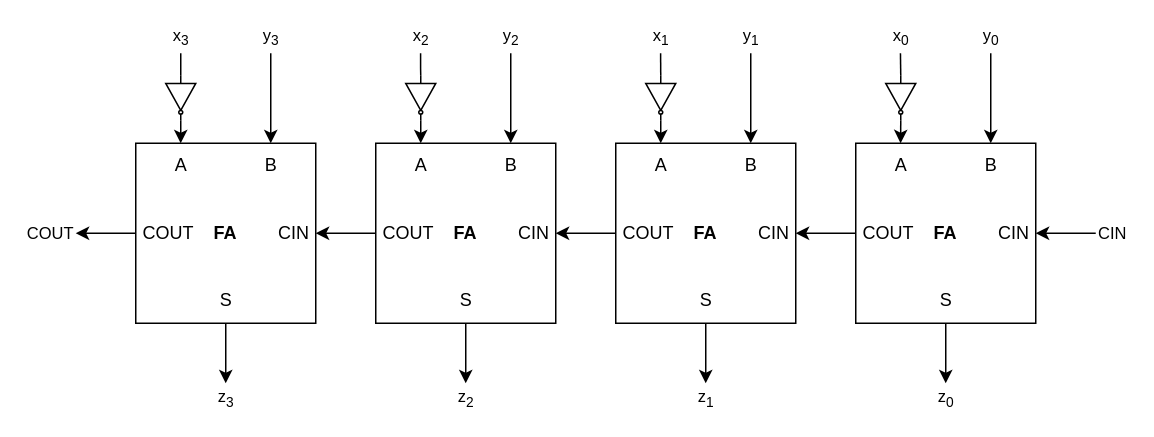
Diogofernandes5/mthesis keeps this draw.io diagram as 01_doc/03_drawings/01_design/butterfly/subtracter.drawio. Above is the earlier version. Source tidied: cells renumbered, new cells numbered last; positions are measured from the earlier drawing's top-left corner, leaving out a move shared by most shapes. Both pictures are drawn from the tidied source at 150%, with x=0, y=0 at pixel (75, 52).
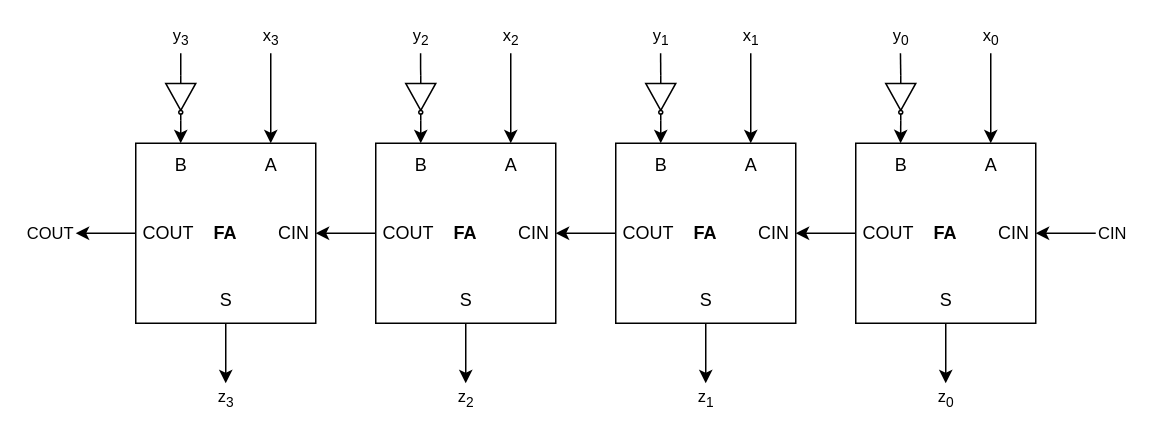
The same diagram, later.

The change refers to these unchanged cells:
```xml
<mxCell id="43" style="verticalLabelPosition=bottom;shadow=0;dashed=0;align=center;html=1;verticalAlign=top;shape=mxgraph.electrical.logic_gates.inverter_2;rotation=90;" parent="1" vertex="1">
  <mxGeometry x="55" y="20" width="30" height="20" as="geometry" />
</mxCell>
<mxCell id="46" style="verticalLabelPosition=bottom;shadow=0;dashed=0;align=center;html=1;verticalAlign=top;shape=mxgraph.electrical.logic_gates.inverter_2;rotation=90;" parent="1" vertex="1">
  <mxGeometry x="215" y="20" width="30" height="20" as="geometry" />
</mxCell>
<mxCell id="48" style="verticalLabelPosition=bottom;shadow=0;dashed=0;align=center;html=1;verticalAlign=top;shape=mxgraph.electrical.logic_gates.inverter_2;rotation=90;" parent="1" vertex="1">
  <mxGeometry x="375" y="20" width="30" height="20" as="geometry" />
</mxCell>
<mxCell id="50" style="verticalLabelPosition=bottom;shadow=0;dashed=0;align=center;html=1;verticalAlign=top;shape=mxgraph.electrical.logic_gates.inverter_2;rotation=90;" parent="1" vertex="1">
  <mxGeometry x="535" y="20" width="30" height="20" as="geometry" />
</mxCell>
```

What changed in the source:
```diff
@@
-    <mxCell id="9" value="x&lt;sub&gt;0&lt;/sub&gt;" style="edgeStyle=orthogonalEdgeStyle;rounded=0;jettySize=auto;html=1;entryX=0;entryY=0.5;entryDx=0;entryDy=0;entryPerimeter=0;endArrow=none;endFill=0;" parent="1" edge="1" target="50">
-      <mxGeometry x="-1" y="-10" relative="1" as="geometry">
-        <mxPoint x="549.8" as="sourcePoint" />
-        <mxPoint x="10" y="-10" as="offset" />
-      </mxGeometry>
-    </mxCell>
-    <mxCell id="10" value="A" style="text;html=1;align=center;verticalAlign=middle;strokeColor=none;fillColor=none;spacingRight=3;spacingLeft=3;" parent="1" vertex="1">
-      <mxGeometry x="535" y="60" width="30" height="30" as="geometry" />
-    </mxCell>
-    <mxCell id="11" value="y&lt;sub&gt;0&lt;/sub&gt;" style="edgeStyle=orthogonalEdgeStyle;rounded=0;jettySize=auto;html=1;" parent="1" edge="1" target="12">
-      <mxGeometry x="-1" y="-10" relative="1" as="geometry">
-        <mxPoint x="610" as="sourcePoint" />
-        <Array as="points">
-          <mxPoint x="610" y="30" />
-          <mxPoint x="610" y="30" />
-        </Array>
-        <mxPoint x="10" y="-10" as="offset" />
-      </mxGeometry>
-    </mxCell>
-    <mxCell id="12" value="B" style="text;html=1;align=center;verticalAlign=middle;points=[];strokeColor=none;fillColor=none;spacingRight=3;spacingLeft=3;" parent="1" vertex="1">
-      <mxGeometry x="595" y="60" width="30" height="30" as="geometry" />
-    </mxCell>
@@
-    <mxCell id="19" value="x&lt;sub&gt;1&lt;/sub&gt;" style="edgeStyle=orthogonalEdgeStyle;rounded=0;jettySize=auto;html=1;entryX=0;entryY=0.5;entryDx=0;entryDy=0;entryPerimeter=0;endArrow=none;endFill=0;" parent="1" edge="1" target="48">
-      <mxGeometry x="-1" y="-10" relative="1" as="geometry">
-        <mxPoint x="389.9" as="sourcePoint" />
-        <mxPoint x="10" y="-10" as="offset" />
-      </mxGeometry>
-    </mxCell>
-    <mxCell id="20" value="A" style="text;html=1;align=center;verticalAlign=middle;points=[];strokeColor=none;fillColor=none;spacingRight=3;spacingLeft=3;" parent="1" vertex="1">
-      <mxGeometry x="375" y="60" width="30" height="30" as="geometry" />
-    </mxCell>
-    <mxCell id="21" value="y&lt;sub&gt;1&lt;/sub&gt;" style="edgeStyle=orthogonalEdgeStyle;rounded=0;jettySize=auto;html=1;" parent="1" edge="1" target="22">
-      <mxGeometry x="-1" y="-10" relative="1" as="geometry">
-        <mxPoint x="450" as="sourcePoint" />
-        <Array as="points">
-          <mxPoint x="450" y="30" />
-          <mxPoint x="450" y="30" />
-        </Array>
-        <mxPoint x="10" y="-10" as="offset" />
-      </mxGeometry>
-    </mxCell>
-    <mxCell id="22" value="B" style="text;html=1;align=center;verticalAlign=middle;points=[];strokeColor=none;fillColor=none;spacingRight=3;spacingLeft=3;" parent="1" vertex="1">
-      <mxGeometry x="435" y="60" width="30" height="30" as="geometry" />
-    </mxCell>
@@
-    <mxCell id="29" value="x&lt;sub&gt;2&lt;/sub&gt;" style="edgeStyle=orthogonalEdgeStyle;rounded=0;jettySize=auto;html=1;entryX=0;entryY=0.5;entryDx=0;entryDy=0;entryPerimeter=0;endArrow=none;endFill=0;" parent="1" edge="1" target="46">
-      <mxGeometry x="-1" y="10" relative="1" as="geometry">
-        <mxPoint x="229.9" as="sourcePoint" />
-        <Array as="points">
-          <mxPoint x="230" y="10" />
-          <mxPoint x="230" y="10" />
-        </Array>
-        <mxPoint x="-10" y="-10" as="offset" />
-      </mxGeometry>
-    </mxCell>
-    <mxCell id="30" value="A" style="text;html=1;align=center;verticalAlign=middle;points=[];strokeColor=none;fillColor=none;spacingRight=3;spacingLeft=3;" parent="1" vertex="1">
-      <mxGeometry x="215" y="60" width="30" height="30" as="geometry" />
-    </mxCell>
-    <mxCell id="31" value="y&lt;sub&gt;2&lt;/sub&gt;" style="edgeStyle=orthogonalEdgeStyle;rounded=0;jettySize=auto;html=1;" parent="1" edge="1" target="32">
-      <mxGeometry x="-1" y="10" relative="1" as="geometry">
-        <mxPoint x="290" as="sourcePoint" />
-        <Array as="points">
-          <mxPoint x="290" y="41" />
-          <mxPoint x="290" y="41" />
-        </Array>
-        <mxPoint x="-10" y="-10" as="offset" />
-      </mxGeometry>
-    </mxCell>
-    <mxCell id="32" value="B" style="text;html=1;align=center;verticalAlign=middle;points=[];strokeColor=none;fillColor=none;spacingRight=3;spacingLeft=3;" parent="1" vertex="1">
-      <mxGeometry x="275" y="60" width="30" height="30" as="geometry" />
-    </mxCell>
@@
+    <mxCell id="11" value="y&lt;sub&gt;0&lt;/sub&gt;" style="edgeStyle=orthogonalEdgeStyle;rounded=0;jettySize=auto;html=1;entryX=0;entryY=0.5;entryDx=0;entryDy=0;entryPerimeter=0;endArrow=none;endFill=0;" parent="1" edge="1" target="50">
+      <mxGeometry x="-1" y="-10" relative="1" as="geometry">
+        <mxPoint x="549.8" as="sourcePoint" />
+        <mxPoint x="10" y="-10" as="offset" />
+      </mxGeometry>
+    </mxCell>
+    <mxCell id="51" value="B" style="text;html=1;align=center;verticalAlign=middle;strokeColor=none;fillColor=none;spacingRight=3;spacingLeft=3;" parent="1" vertex="1">
+      <mxGeometry x="535" y="60" width="30" height="30" as="geometry" />
+    </mxCell>
+    <mxCell id="9" value="x&lt;sub&gt;0&lt;/sub&gt;" style="edgeStyle=orthogonalEdgeStyle;rounded=0;jettySize=auto;html=1;" parent="1" edge="1" target="52">
+      <mxGeometry x="-1" y="-10" relative="1" as="geometry">
+        <mxPoint x="610" as="sourcePoint" />
+        <Array as="points">
+          <mxPoint x="610" y="30" />
+          <mxPoint x="610" y="30" />
+        </Array>
+        <mxPoint x="10" y="-10" as="offset" />
+      </mxGeometry>
+    </mxCell>
+    <mxCell id="52" value="A" style="text;html=1;align=center;verticalAlign=middle;points=[];strokeColor=none;fillColor=none;spacingRight=3;spacingLeft=3;" parent="1" vertex="1">
+      <mxGeometry x="595" y="60" width="30" height="30" as="geometry" />
+    </mxCell>
+    <mxCell id="21" value="y&lt;sub&gt;1&lt;/sub&gt;" style="edgeStyle=orthogonalEdgeStyle;rounded=0;jettySize=auto;html=1;entryX=0;entryY=0.5;entryDx=0;entryDy=0;entryPerimeter=0;endArrow=none;endFill=0;" parent="1" edge="1" target="48">
+      <mxGeometry x="-1" y="-10" relative="1" as="geometry">
+        <mxPoint x="389.9" as="sourcePoint" />
+        <mxPoint x="10" y="-10" as="offset" />
+      </mxGeometry>
+    </mxCell>
+    <mxCell id="53" value="B" style="text;html=1;align=center;verticalAlign=middle;points=[];strokeColor=none;fillColor=none;spacingRight=3;spacingLeft=3;" parent="1" vertex="1">
+      <mxGeometry x="375" y="60" width="30" height="30" as="geometry" />
+    </mxCell>
+    <mxCell id="19" value="x&lt;sub&gt;1&lt;/sub&gt;" style="edgeStyle=orthogonalEdgeStyle;rounded=0;jettySize=auto;html=1;" parent="1" edge="1" target="54">
+      <mxGeometry x="-1" y="-10" relative="1" as="geometry">
+        <mxPoint x="450" as="sourcePoint" />
+        <Array as="points">
+          <mxPoint x="450" y="30" />
+          <mxPoint x="450" y="30" />
+        </Array>
+        <mxPoint x="10" y="-10" as="offset" />
+      </mxGeometry>
+    </mxCell>
+    <mxCell id="54" value="A" style="text;html=1;align=center;verticalAlign=middle;points=[];strokeColor=none;fillColor=none;spacingRight=3;spacingLeft=3;" parent="1" vertex="1">
+      <mxGeometry x="435" y="60" width="30" height="30" as="geometry" />
+    </mxCell>
+    <mxCell id="31" value="y&lt;sub&gt;2&lt;/sub&gt;" style="edgeStyle=orthogonalEdgeStyle;rounded=0;jettySize=auto;html=1;entryX=0;entryY=0.5;entryDx=0;entryDy=0;entryPerimeter=0;endArrow=none;endFill=0;" parent="1" edge="1" target="46">
+      <mxGeometry x="-1" y="10" relative="1" as="geometry">
+        <mxPoint x="229.9" as="sourcePoint" />
+        <Array as="points">
+          <mxPoint x="230" y="10" />
+          <mxPoint x="230" y="10" />
+        </Array>
+        <mxPoint x="-10" y="-10" as="offset" />
+      </mxGeometry>
+    </mxCell>
+    <mxCell id="55" value="B" style="text;html=1;align=center;verticalAlign=middle;points=[];strokeColor=none;fillColor=none;spacingRight=3;spacingLeft=3;" parent="1" vertex="1">
+      <mxGeometry x="215" y="60" width="30" height="30" as="geometry" />
+    </mxCell>
+    <mxCell id="29" value="x&lt;sub&gt;2&lt;/sub&gt;" style="edgeStyle=orthogonalEdgeStyle;rounded=0;jettySize=auto;html=1;" parent="1" edge="1" target="56">
+      <mxGeometry x="-1" y="10" relative="1" as="geometry">
+        <mxPoint x="290" as="sourcePoint" />
+        <Array as="points">
+          <mxPoint x="290" y="41" />
+          <mxPoint x="290" y="41" />
+        </Array>
+        <mxPoint x="-10" y="-10" as="offset" />
+      </mxGeometry>
+    </mxCell>
+    <mxCell id="56" value="A" style="text;html=1;align=center;verticalAlign=middle;points=[];strokeColor=none;fillColor=none;spacingRight=3;spacingLeft=3;" parent="1" vertex="1">
+      <mxGeometry x="275" y="60" width="30" height="30" as="geometry" />
+    </mxCell>
+    <mxCell id="41" value="y&lt;sub&gt;3&lt;/sub&gt;" style="edgeStyle=orthogonalEdgeStyle;rounded=0;jettySize=auto;html=1;entryX=0;entryY=0.5;entryDx=0;entryDy=0;entryPerimeter=0;endArrow=none;endFill=0;" parent="1" edge="1" target="43">
+      <mxGeometry x="-1" y="10" relative="1" as="geometry">
+        <mxPoint x="70" as="sourcePoint" />
+        <Array as="points">
+          <mxPoint x="70" y="10" />
+          <mxPoint x="70" y="10" />
+        </Array>
+        <mxPoint x="-10" y="-10" as="offset" />
+      </mxGeometry>
+    </mxCell>
+    <mxCell id="57" value="B" style="text;html=1;align=center;verticalAlign=middle;points=[];strokeColor=none;fillColor=none;spacingRight=3;spacingLeft=3;" parent="1" vertex="1">
+      <mxGeometry x="55" y="60" width="30" height="30" as="geometry" />
+    </mxCell>
-    <mxCell id="39" value="x&lt;sub&gt;3&lt;/sub&gt;" style="edgeStyle=orthogonalEdgeStyle;rounded=0;jettySize=auto;html=1;entryX=0;entryY=0.5;entryDx=0;entryDy=0;entryPerimeter=0;endArrow=none;endFill=0;" parent="1" edge="1" target="43">
+    <mxCell id="39" value="x&lt;sub&gt;3&lt;/sub&gt;" style="edgeStyle=orthogonalEdgeStyle;rounded=0;jettySize=auto;html=1;" parent="1" edge="1" target="58">
       <mxGeometry x="-1" y="10" relative="1" as="geometry">
-        <mxPoint x="70" as="sourcePoint" />
+        <mxPoint x="130" as="sourcePoint" />
         <Array as="points">
-          <mxPoint x="70" y="10" />
-          <mxPoint x="70" y="10" />
+          <mxPoint x="130" y="41" />
+          <mxPoint x="130" y="41" />
         </Array>
         <mxPoint x="-10" y="-10" as="offset" />
       </mxGeometry>
     </mxCell>
-    <mxCell id="40" value="A" style="text;html=1;align=center;verticalAlign=middle;points=[];strokeColor=none;fillColor=none;spacingRight=3;spacingLeft=3;" parent="1" vertex="1">
-      <mxGeometry x="55" y="60" width="30" height="30" as="geometry" />
-    </mxCell>
-    <mxCell id="41" value="y&lt;sub&gt;3&lt;/sub&gt;" style="edgeStyle=orthogonalEdgeStyle;rounded=0;jettySize=auto;html=1;" parent="1" edge="1" target="42">
-      <mxGeometry x="-1" y="10" relative="1" as="geometry">
-        <mxPoint x="130" as="sourcePoint" />
-        <Array as="points">
-          <mxPoint x="130" y="41" />
-          <mxPoint x="130" y="41" />
-        </Array>
-        <mxPoint x="-10" y="-10" as="offset" />
-      </mxGeometry>
-    </mxCell>
-    <mxCell id="42" value="B" style="text;html=1;align=center;verticalAlign=middle;points=[];strokeColor=none;fillColor=none;spacingRight=3;spacingLeft=3;" parent="1" vertex="1">
-      <mxGeometry x="115" y="60" width="30" height="30" as="geometry" />
-    </mxCell>
+    <mxCell id="58" value="A" style="text;html=1;align=center;verticalAlign=middle;points=[];strokeColor=none;fillColor=none;spacingRight=3;spacingLeft=3;" parent="1" vertex="1">
+      <mxGeometry x="115" y="60" width="30" height="30" as="geometry" />
+    </mxCell>
@@
-    <mxCell id="44" style="edgeStyle=orthogonalEdgeStyle;rounded=0;jettySize=auto;html=1;exitX=1;exitY=0.5;exitDx=0;exitDy=0;exitPerimeter=0;entryX=0.499;entryY=0;entryDx=0;entryDy=0;entryPerimeter=0;" parent="1" edge="1" source="43" target="40">
-      <mxGeometry relative="1" as="geometry" />
-    </mxCell>
-    <mxCell id="45" style="edgeStyle=orthogonalEdgeStyle;rounded=0;jettySize=auto;html=1;exitX=1;exitY=0.5;exitDx=0;exitDy=0;exitPerimeter=0;" parent="1" edge="1" source="46" target="30">
-      <mxGeometry relative="1" as="geometry">
-        <Array as="points">
-          <mxPoint x="230" y="50" />
-          <mxPoint x="230" y="50" />
-        </Array>
-      </mxGeometry>
-    </mxCell>
+    <mxCell id="59" style="edgeStyle=orthogonalEdgeStyle;rounded=0;jettySize=auto;html=1;exitX=1;exitY=0.5;exitDx=0;exitDy=0;exitPerimeter=0;entryX=0.499;entryY=0;entryDx=0;entryDy=0;entryPerimeter=0;" parent="1" edge="1" source="43" target="57">
+      <mxGeometry relative="1" as="geometry" />
+    </mxCell>
+    <mxCell id="60" style="edgeStyle=orthogonalEdgeStyle;rounded=0;jettySize=auto;html=1;exitX=1;exitY=0.5;exitDx=0;exitDy=0;exitPerimeter=0;" parent="1" edge="1" source="46" target="55">
+      <mxGeometry relative="1" as="geometry">
+        <Array as="points">
+          <mxPoint x="230" y="50" />
+          <mxPoint x="230" y="50" />
+        </Array>
+      </mxGeometry>
+    </mxCell>
@@
-    <mxCell id="47" style="edgeStyle=orthogonalEdgeStyle;rounded=0;jettySize=auto;html=1;exitX=1;exitY=0.5;exitDx=0;exitDy=0;exitPerimeter=0;" parent="1" edge="1" source="48" target="20">
-      <mxGeometry relative="1" as="geometry">
-        <Array as="points">
-          <mxPoint x="390" y="50" />
-          <mxPoint x="390" y="50" />
-        </Array>
-      </mxGeometry>
-    </mxCell>
+    <mxCell id="61" style="edgeStyle=orthogonalEdgeStyle;rounded=0;jettySize=auto;html=1;exitX=1;exitY=0.5;exitDx=0;exitDy=0;exitPerimeter=0;" parent="1" edge="1" source="48" target="53">
+      <mxGeometry relative="1" as="geometry">
+        <Array as="points">
+          <mxPoint x="390" y="50" />
+          <mxPoint x="390" y="50" />
+        </Array>
+      </mxGeometry>
+    </mxCell>
@@
-    <mxCell id="49" style="edgeStyle=orthogonalEdgeStyle;rounded=0;orthogonalLoop=1;jettySize=auto;html=1;exitX=1;exitY=0.5;exitDx=0;exitDy=0;exitPerimeter=0;" parent="1" edge="1">
-      <mxGeometry relative="1" as="geometry">
-        <mxPoint x="550" y="45" as="sourcePoint" />
-        <mxPoint x="549.9" y="60" as="targetPoint" />
-      </mxGeometry>
-    </mxCell>
+    <mxCell id="62" style="edgeStyle=orthogonalEdgeStyle;rounded=0;orthogonalLoop=1;jettySize=auto;html=1;exitX=1;exitY=0.5;exitDx=0;exitDy=0;exitPerimeter=0;" parent="1" edge="1">
+      <mxGeometry relative="1" as="geometry">
+        <mxPoint x="550" y="45" as="sourcePoint" />
+        <mxPoint x="549.9" y="60" as="targetPoint" />
+      </mxGeometry>
+    </mxCell>
```
